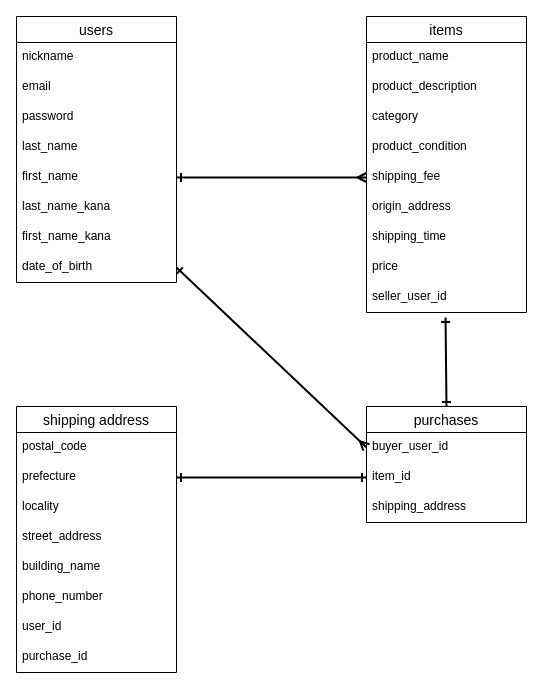
This is furima.dio from takeuchi-tech/furima-39260, a draw.io file, before an edit. Source tidied: cells renumbered, new cells numbered last; positions are measured from the earlier drawing's top-left corner, leaving out a move shared by most shapes. Both pictures are drawn from the tidied source at 100%, with x=0, y=0 at pixel (16, 16).
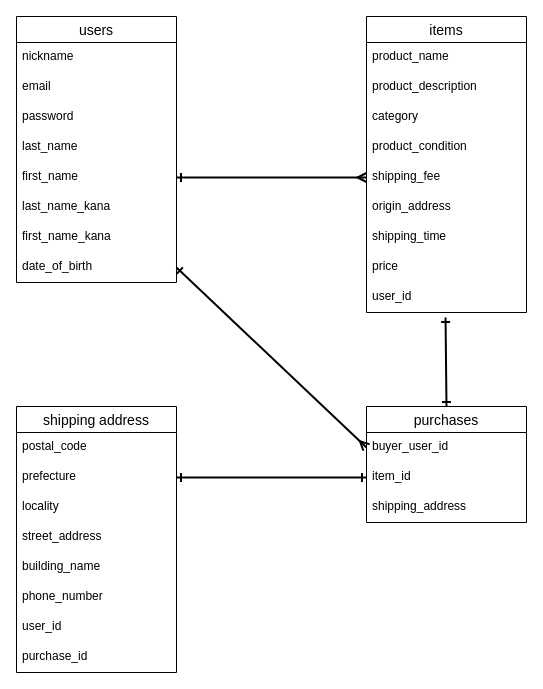
The same page after the edit.

The change refers to these unchanged cells:
```xml
<mxCell id="11" value="items" style="swimlane;fontStyle=0;horizontal=1;startSize=26;align=center;fontSize=14;" parent="1" vertex="1">
  <mxGeometry x="350" width="160" height="296" as="geometry" />
</mxCell>
```

The edit, as a diff of the source:
```diff
@@
-    <mxCell id="20" value="seller_user_id" style="text;strokeColor=none;fillColor=none;spacingLeft=4;spacingRight=4;overflow=hidden;points=[[0,0.5],[1,0.5]];portConstraint=eastwest;fontSize=12;" parent="11" vertex="1">
+    <mxCell id="20" value="user_id" style="text;strokeColor=none;fillColor=none;spacingLeft=4;spacingRight=4;overflow=hidden;points=[[0,0.5],[1,0.5]];portConstraint=eastwest;fontSize=12;" parent="11" vertex="1">
       <mxGeometry y="266" width="160" height="30" as="geometry" />
     </mxCell>
```
